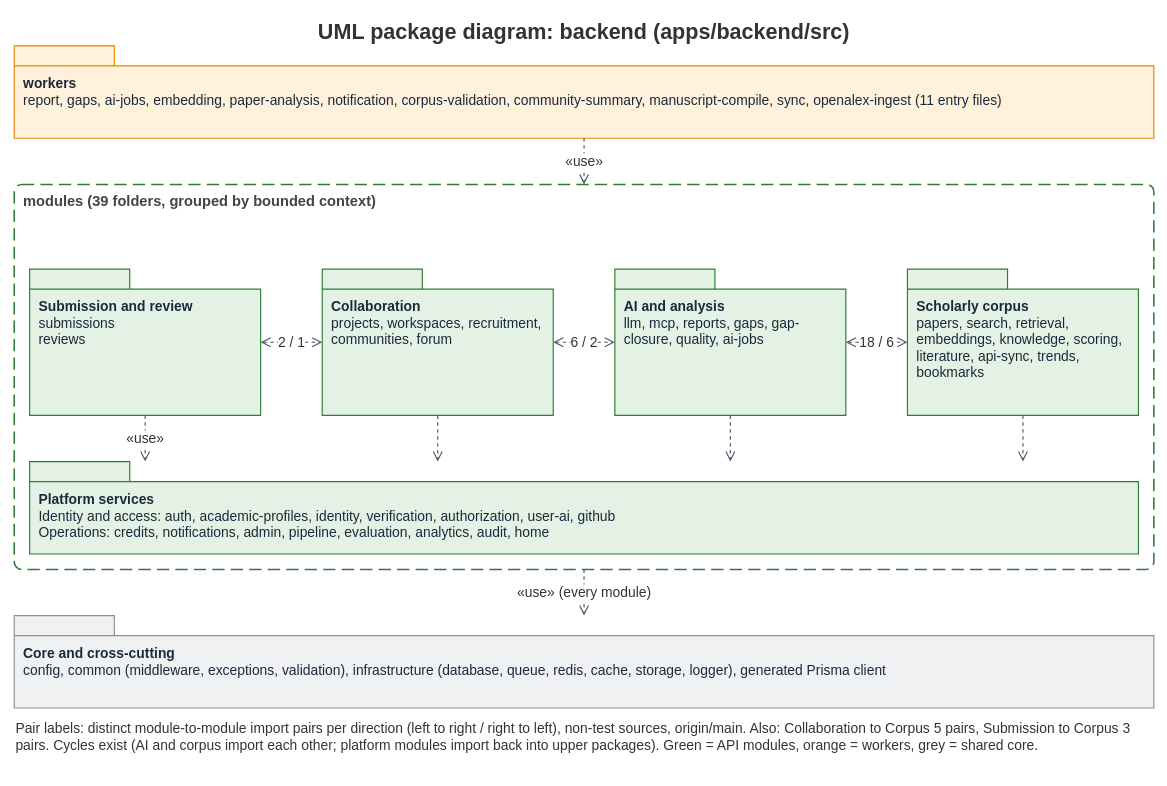
This is docs/diagrams/report4/R4_Package_Backend.drawio from Khoa-Hoa-Technology-Solution-Company/lumi-gap, a draw.io file, before an edit. Source tidied: cells renumbered, new cells numbered last; positions are measured from the earlier drawing's top-left corner, leaving out a move shared by most shapes. Both pictures are drawn from the tidied source at 77%, with x=0, y=0 at pixel (14, 13).
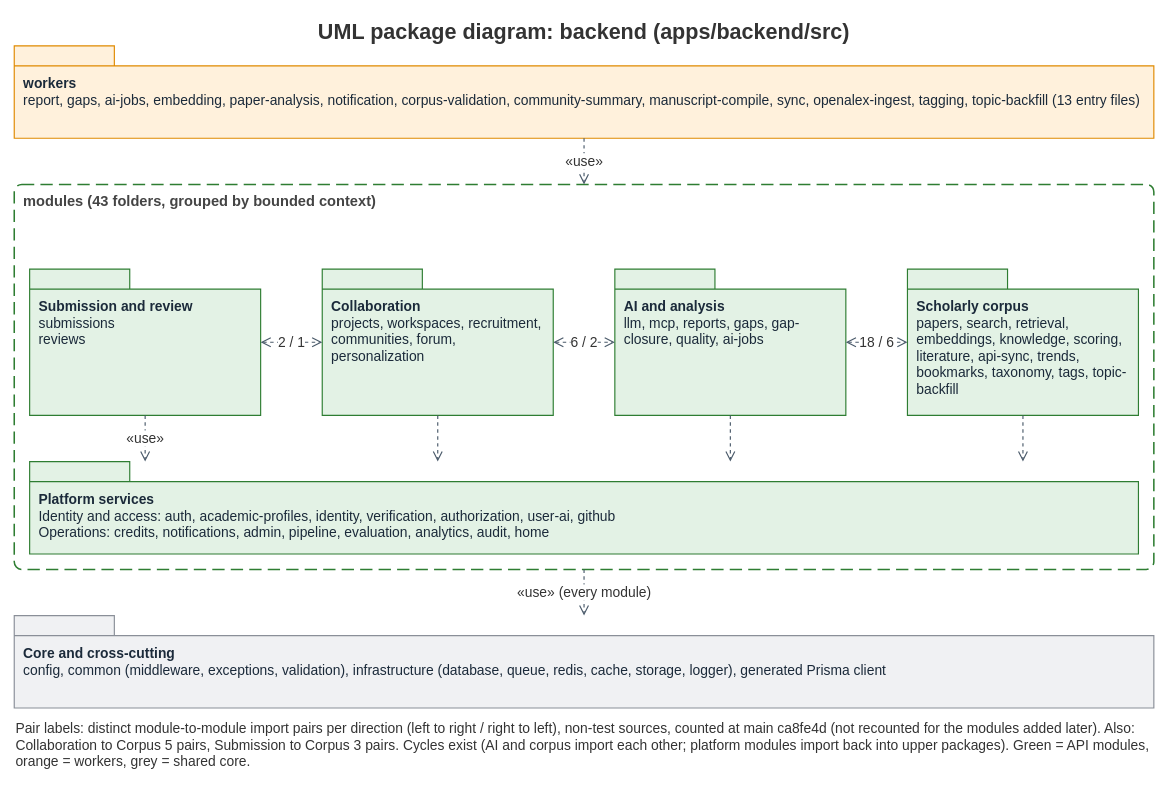
The same diagram, later.

What changed in the source:
```diff
@@
-    <mxCell id="3" value="&lt;b&gt;workers&lt;/b&gt;&lt;br&gt;report, gaps, ai-jobs, embedding, paper-analysis, notification, corpus-validation, community-summary, manuscript-compile, sync, openalex-ingest (11 entry files)" style="shape=folder;tabWidth=130;tabHeight=26;tabPosition=left;whiteSpace=wrap;html=1;fillColor=#FFF1DC;strokeColor=#E08A00;strokeWidth=1.5;fontColor=#1B2A3A;fontSize=18;align=left;verticalAlign=top;spacingLeft=10;spacingTop=32;spacingRight=8;" parent="1" vertex="1">
+    <mxCell id="3" value="&lt;b&gt;workers&lt;/b&gt;&lt;br&gt;report, gaps, ai-jobs, embedding, paper-analysis, notification, corpus-validation, community-summary, manuscript-compile, sync, openalex-ingest, tagging, topic-backfill (13 entry files)" style="shape=folder;tabWidth=130;tabHeight=26;tabPosition=left;whiteSpace=wrap;html=1;fillColor=#FFF1DC;strokeColor=#E08A00;strokeWidth=1.5;fontColor=#1B2A3A;fontSize=18;align=left;verticalAlign=top;spacingLeft=10;spacingTop=32;spacingRight=8;" parent="1" vertex="1">
       <mxGeometry y="42" width="1480" height="120" as="geometry" />
     </mxCell>
-    <mxCell id="4" value="modules (39 folders, grouped by bounded context)" style="rounded=1;arcSize=2;whiteSpace=wrap;html=1;fillColor=none;strokeColor=#2E7D32;dashed=1;dashPattern=8 4;strokeWidth=2;verticalAlign=top;align=left;spacingLeft=10;spacingTop=4;fontColor=#444444;fontStyle=1;fontSize=19;" parent="1" vertex="1">
+    <mxCell id="4" value="modules (43 folders, grouped by bounded context)" style="rounded=1;arcSize=2;whiteSpace=wrap;html=1;fillColor=none;strokeColor=#2E7D32;dashed=1;dashPattern=8 4;strokeWidth=2;verticalAlign=top;align=left;spacingLeft=10;spacingTop=4;fontColor=#444444;fontStyle=1;fontSize=19;" parent="1" vertex="1">
       <mxGeometry y="222" width="1480" height="500" as="geometry" />
     </mxCell>
@@
-    <mxCell id="6" value="&lt;b&gt;Collaboration&lt;/b&gt;&lt;br&gt;projects, workspaces, recruitment, communities, forum" style="shape=folder;tabWidth=130;tabHeight=26;tabPosition=left;whiteSpace=wrap;html=1;fillColor=#E3F2E5;strokeColor=#2E7D32;strokeWidth=1.5;fontColor=#1B2A3A;fontSize=18;align=left;verticalAlign=top;spacingLeft=10;spacingTop=32;spacingRight=8;" parent="1" vertex="1">
+    <mxCell id="6" value="&lt;b&gt;Collaboration&lt;/b&gt;&lt;br&gt;projects, workspaces, recruitment, communities, forum, personalization" style="shape=folder;tabWidth=130;tabHeight=26;tabPosition=left;whiteSpace=wrap;html=1;fillColor=#E3F2E5;strokeColor=#2E7D32;strokeWidth=1.5;fontColor=#1B2A3A;fontSize=18;align=left;verticalAlign=top;spacingLeft=10;spacingTop=32;spacingRight=8;" parent="1" vertex="1">
       <mxGeometry x="400" y="332" width="300" height="190" as="geometry" />
     </mxCell>
@@
-    <mxCell id="8" value="&lt;b&gt;Scholarly corpus&lt;/b&gt;&lt;br&gt;papers, search, retrieval, embeddings, knowledge, scoring, literature, api-sync, trends, bookmarks" style="shape=folder;tabWidth=130;tabHeight=26;tabPosition=left;whiteSpace=wrap;html=1;fillColor=#E3F2E5;strokeColor=#2E7D32;strokeWidth=1.5;fontColor=#1B2A3A;fontSize=18;align=left;verticalAlign=top;spacingLeft=10;spacingTop=32;spacingRight=8;" parent="1" vertex="1">
+    <mxCell id="8" value="&lt;b&gt;Scholarly corpus&lt;/b&gt;&lt;br&gt;papers, search, retrieval, embeddings, knowledge, scoring, literature, api-sync, trends, bookmarks, taxonomy, tags, topic-backfill" style="shape=folder;tabWidth=130;tabHeight=26;tabPosition=left;whiteSpace=wrap;html=1;fillColor=#E3F2E5;strokeColor=#2E7D32;strokeWidth=1.5;fontColor=#1B2A3A;fontSize=18;align=left;verticalAlign=top;spacingLeft=10;spacingTop=32;spacingRight=8;" parent="1" vertex="1">
       <mxGeometry x="1160" y="332" width="300" height="190" as="geometry" />
     </mxCell>
@@
-    <mxCell id="20" value="Pair labels: distinct module-to-module import pairs per direction (left to right / right to left), non-test sources, origin/main. Also: Collaboration to Corpus 5 pairs, Submission to Corpus 3 pairs. Cycles exist (AI and corpus import each other; platform modules import back into upper packages). Green = API modules, orange = workers, grey = shared core." style="text;html=1;whiteSpace=wrap;align=left;verticalAlign=top;fontSize=18;fontColor=#333333;" parent="1" vertex="1">
+    <mxCell id="20" value="Pair labels: distinct module-to-module import pairs per direction (left to right / right to left), non-test sources, counted at main ca8fe4d (not recounted for the modules added later). Also: Collaboration to Corpus 5 pairs, Submission to Corpus 3 pairs. Cycles exist (AI and corpus import each other; platform modules import back into upper packages). Green = API modules, orange = workers, grey = shared core." style="text;html=1;whiteSpace=wrap;align=left;verticalAlign=top;fontSize=18;fontColor=#333333;" parent="1" vertex="1">
       <mxGeometry y="912" width="1480" height="75" as="geometry" />
     </mxCell>
```
